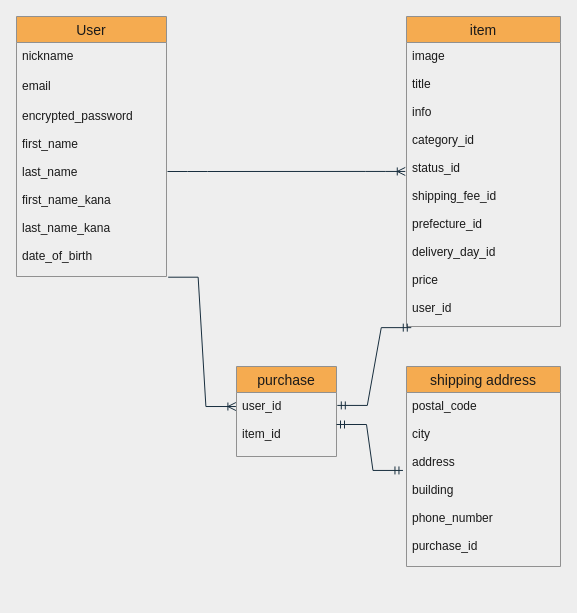
The draw.io diagram er.dio in shotaogw/furima-33109, before the edit. Source tidied: cells renumbered, new cells numbered last; positions are measured from the earlier drawing's top-left corner, leaving out a move shared by most shapes. Both pictures are drawn from the tidied source at 100%, with x=0, y=0 at pixel (16, 16).
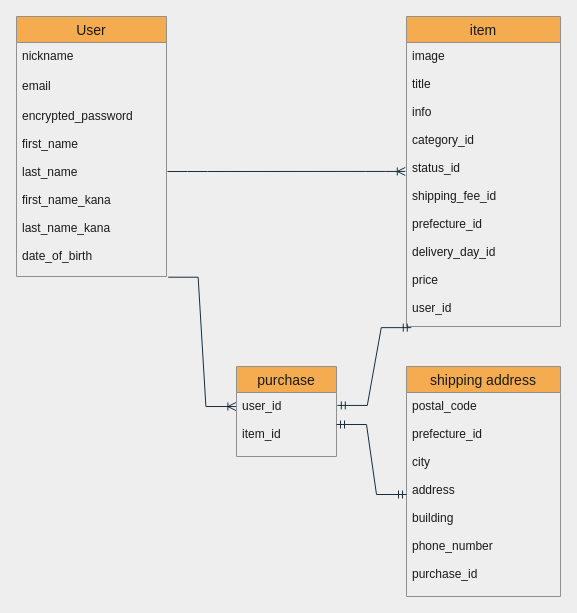
The same page after the edit.

Change to the diagram source:
```diff
@@
 <mxGraphModel background="#EEEEEE">
   <root>
     <mxCell id="0" />
     <mxCell id="1" parent="0" />
     <mxCell id="2" value="User" style="swimlane;fontStyle=0;horizontal=1;startSize=26;align=center;fontSize=14;fillColor=#F5AB50;strokeColor=#909090;fontColor=#1A1A1A;" parent="1" vertex="1">
       <mxGeometry width="150" height="260" as="geometry" />
     </mxCell>
     <mxCell id="3" value="nickname&#10;" style="text;strokeColor=none;fillColor=none;spacingLeft=4;spacingRight=4;overflow=hidden;fontSize=12;fontColor=#1A1A1A;" parent="2" vertex="1">
       <mxGeometry y="26" width="150" height="30" as="geometry" />
     </mxCell>
     <mxCell id="4" value="email" style="text;strokeColor=none;fillColor=none;spacingLeft=4;spacingRight=4;overflow=hidden;fontSize=12;fontColor=#1A1A1A;" parent="2" vertex="1">
       <mxGeometry y="56" width="150" height="30" as="geometry" />
     </mxCell>
     <mxCell id="5" value="encrypted_password&#10;&#10;first_name&#10;&#10;last_name&#10;&#10;first_name_kana&#10;&#10;last_name_kana&#10;&#10;date_of_birth" style="text;strokeColor=none;fillColor=none;spacingLeft=4;spacingRight=4;overflow=hidden;points=[[0,0.5],[1,0.5]];portConstraint=eastwest;fontSize=12;fontColor=#1A1A1A;" parent="2" vertex="1">
       <mxGeometry y="86" width="150" height="174" as="geometry" />
     </mxCell>
     <mxCell id="6" value="item" style="swimlane;fontStyle=0;horizontal=1;startSize=26;align=center;fontSize=14;fillColor=#F5AB50;strokeColor=#909090;fontColor=#1A1A1A;" parent="1" vertex="1">
       <mxGeometry x="390" width="154" height="310" as="geometry" />
     </mxCell>
     <mxCell id="7" value="image&#10;&#10;title&#10;&#10;info&#10;&#10;category_id&#10;&#10;status_id&#10;&#10;shipping_fee_id&#10;&#10;prefecture_id&#10;&#10;delivery_day_id&#10;&#10;price&#10;&#10;user_id" style="text;strokeColor=none;fillColor=none;spacingLeft=4;spacingRight=4;overflow=hidden;points=[[0,0.5],[1,0.5]];portConstraint=eastwest;fontSize=12;fontColor=#1A1A1A;" parent="6" vertex="1">
       <mxGeometry y="26" width="154" height="284" as="geometry" />
     </mxCell>
     <mxCell id="8" style="edgeStyle=entityRelationEdgeStyle;fontSize=12;html=1;endArrow=ERoneToMany;strokeColor=#182E3E;fontColor=#1A1A1A;labelBackgroundColor=#EEEEEE;entryX=-0.008;entryY=0.454;entryDx=0;entryDy=0;entryPerimeter=0;" parent="1" edge="1" target="7">
       <mxGeometry relative="1" as="geometry">
         <mxPoint x="151" y="155" as="sourcePoint" />
       </mxGeometry>
     </mxCell>
     <mxCell id="9" value="purchase" style="swimlane;fontStyle=0;horizontal=1;startSize=26;align=center;fontSize=14;fillColor=#F5AB50;strokeColor=#909090;fontColor=#1A1A1A;" parent="1" vertex="1">
       <mxGeometry x="220" y="350" width="100" height="90" as="geometry" />
     </mxCell>
     <mxCell id="10" value="user_id&#10;&#10;item_id" style="text;strokeColor=none;fillColor=none;spacingLeft=4;spacingRight=4;overflow=hidden;points=[[0,0.5],[1,0.5]];portConstraint=eastwest;fontSize=12;fontColor=#1A1A1A;" parent="9" vertex="1">
       <mxGeometry y="26" width="100" height="64" as="geometry" />
     </mxCell>
     <mxCell id="11" style="edgeStyle=entityRelationEdgeStyle;fontSize=12;html=1;endArrow=ERoneToMany;entryX=-0.006;entryY=0.219;entryDx=0;entryDy=0;entryPerimeter=0;rounded=0;exitX=1.011;exitY=1.004;exitDx=0;exitDy=0;exitPerimeter=0;strokeColor=#182E3E;fontColor=#1A1A1A;labelBackgroundColor=#EEEEEE;" parent="1" edge="1" source="5" target="10">
       <mxGeometry relative="1" as="geometry" />
     </mxCell>
     <mxCell id="12" style="edgeStyle=entityRelationEdgeStyle;fontSize=12;html=1;endArrow=ERmandOne;startArrow=ERmandOne;rounded=0;exitX=0.031;exitY=1.004;exitDx=0;exitDy=0;exitPerimeter=0;entryX=1.008;entryY=0.202;entryDx=0;entryDy=0;entryPerimeter=0;strokeColor=#182E3E;fontColor=#1A1A1A;labelBackgroundColor=#EEEEEE;" parent="1" edge="1" source="7" target="10">
       <mxGeometry relative="1" as="geometry" />
     </mxCell>
     <mxCell id="13" value="shipping address" style="swimlane;fontStyle=0;horizontal=1;startSize=26;align=center;fontSize=14;fillColor=#F5AB50;strokeColor=#909090;fontColor=#1A1A1A;" parent="1" vertex="1">
-      <mxGeometry x="390" y="350" width="154" height="200" as="geometry" />
+      <mxGeometry x="390" y="350" width="154" height="230" as="geometry" />
     </mxCell>
-    <mxCell id="14" value="postal_code&#10;&#10;city&#10;&#10;address&#10;&#10;building&#10;&#10;phone_number&#10;&#10;purchase_id" style="text;strokeColor=none;fillColor=none;spacingLeft=4;spacingRight=4;overflow=hidden;points=[[0,0.5],[1,0.5]];portConstraint=eastwest;fontSize=12;fontColor=#1A1A1A;" parent="13" vertex="1">
-      <mxGeometry y="26" width="154" height="174" as="geometry" />
+    <mxCell id="14" value="postal_code&#10;&#10;prefecture_id&#10;&#10;city&#10;&#10;address&#10;&#10;building&#10;&#10;phone_number&#10;&#10;purchase_id" style="text;strokeColor=none;fillColor=none;spacingLeft=4;spacingRight=4;overflow=hidden;points=[[0,0.5],[1,0.5]];portConstraint=eastwest;fontSize=12;fontColor=#1A1A1A;" parent="13" vertex="1">
+      <mxGeometry y="26" width="154" height="204" as="geometry" />
     </mxCell>
-    <mxCell id="15" style="edgeStyle=entityRelationEdgeStyle;fontSize=12;html=1;endArrow=ERmandOne;startArrow=ERmandOne;entryX=-0.023;entryY=0.448;entryDx=0;entryDy=0;exitX=1;exitY=0.5;exitDx=0;exitDy=0;rounded=0;strokeColor=#182E3E;fontColor=#1A1A1A;labelBackgroundColor=#EEEEEE;entryPerimeter=0;" parent="1" edge="1" source="10" target="14">
+    <mxCell id="15" style="edgeStyle=entityRelationEdgeStyle;fontSize=12;html=1;endArrow=ERmandOne;startArrow=ERmandOne;exitX=1;exitY=0.5;exitDx=0;exitDy=0;rounded=0;strokeColor=#182E3E;fontColor=#1A1A1A;labelBackgroundColor=#EEEEEE;" parent="1" edge="1" source="10" target="14">
       <mxGeometry relative="1" as="geometry" />
     </mxCell>
   </root>
 </mxGraphModel>
```
